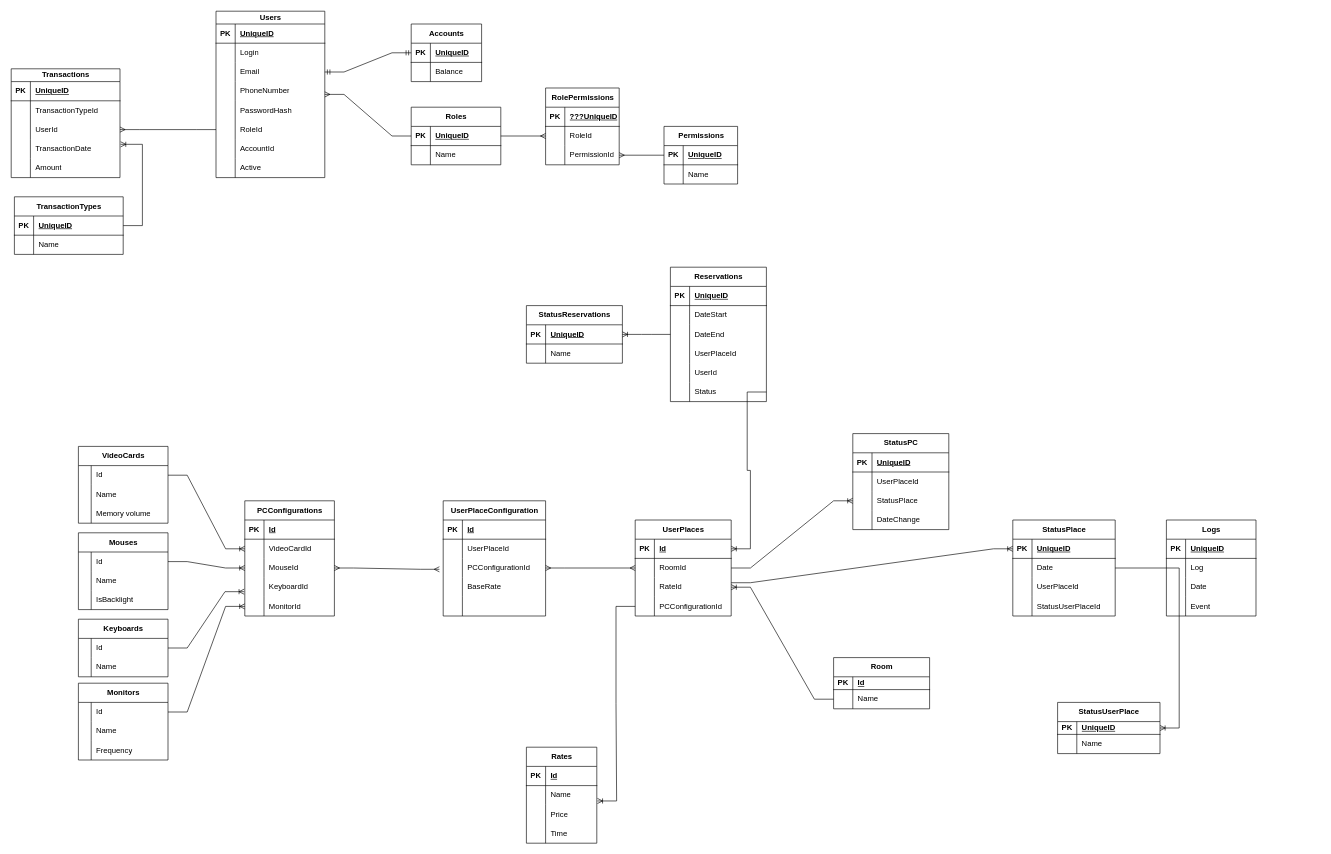
This is ER night-meerkats.drawio from IIeasyII/night-meerkats, a draw.io file, before an edit. Source tidied: cells renumbered, new cells numbered last; positions are measured from the earlier drawing's top-left corner, leaving out a move shared by most shapes. Both pictures are drawn from the tidied source at 64%, with x=0, y=0 at pixel (11, 11).
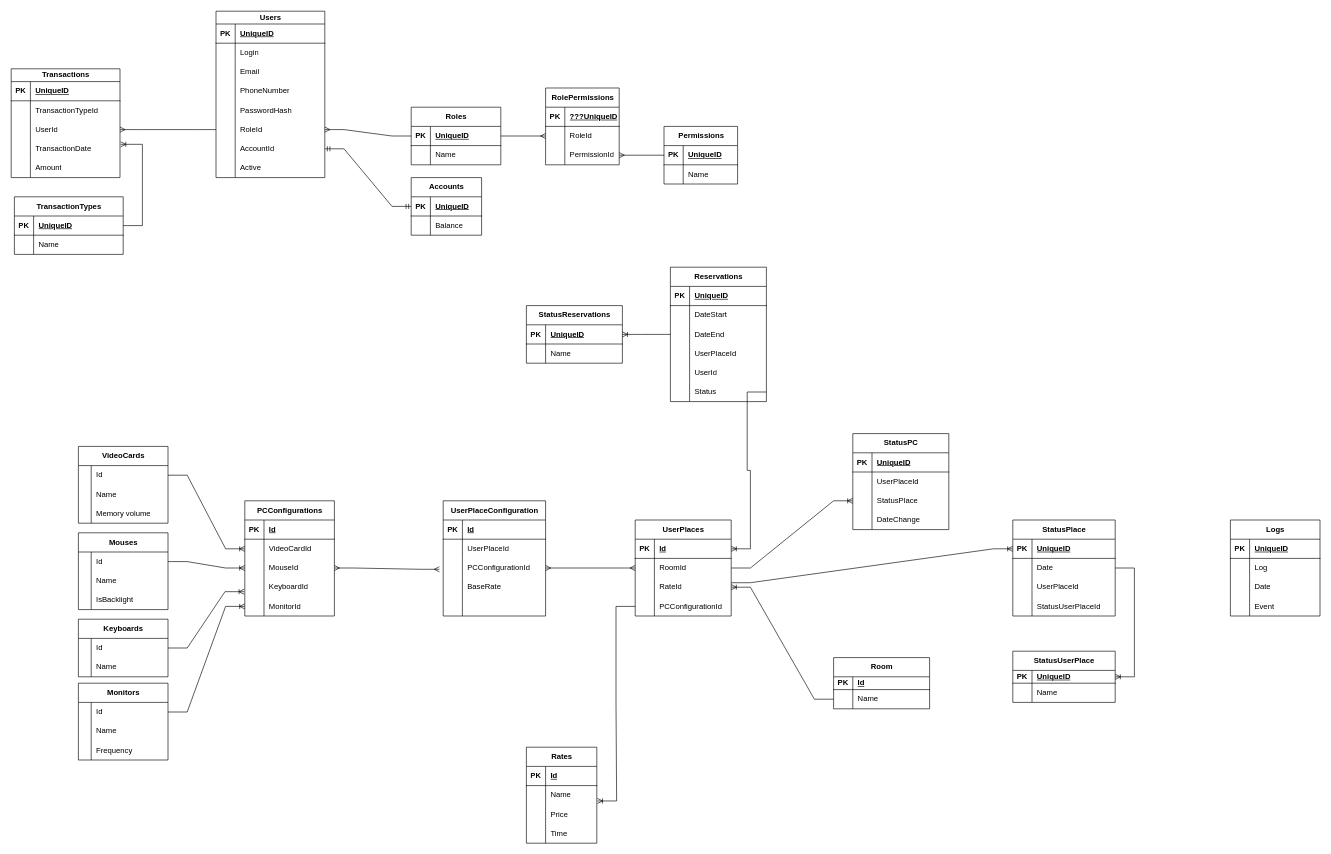
After the change.

Unchanged cells that the change refers to:
```xml
<mxCell id="2" value="Roles" style="shape=table;startSize=30;childLayout=tableLayout;rowLines=0;fontStyle=1;align=center;html=1;" parent="1" vertex="1">
  <mxGeometry x="625" y="150" width="140" height="90" as="geometry" />
</mxCell>
<mxCell id="23" value="Users" style="shape=table;startSize=20;childLayout=tableLayout;rowLines=0;fontStyle=1;align=center;html=1;" parent="1" vertex="1">
  <mxGeometry x="320" width="170" height="260" as="geometry" />
</mxCell>
<mxCell id="30" style="shape=tableRow;horizontal=0;startSize=0;swimlaneHead=0;swimlaneBody=0;fillColor=none;points=[[0,0.5],[1,0.5]];portConstraint=eastwest;top=0;left=0;right=0;bottom=0;" parent="23" vertex="1">
  <mxGeometry y="80" width="170" height="30" as="geometry" />
</mxCell>
<mxCell id="39" style="shape=tableRow;horizontal=0;startSize=0;swimlaneHead=0;swimlaneBody=0;fillColor=none;points=[[0,0.5],[1,0.5]];portConstraint=eastwest;top=0;left=0;right=0;bottom=0;" parent="23" vertex="1">
  <mxGeometry y="170" width="170" height="30" as="geometry" />
</mxCell>
<mxCell id="42" style="shape=tableRow;horizontal=0;startSize=0;swimlaneHead=0;swimlaneBody=0;fillColor=none;points=[[0,0.5],[1,0.5]];portConstraint=eastwest;top=0;left=0;right=0;bottom=0;" parent="23" vertex="1">
  <mxGeometry y="200" width="170" height="30" as="geometry" />
</mxCell>
```

What changed in the source:
```diff
@@
     <mxCell id="16" value="Accounts" style="shape=table;startSize=30;childLayout=tableLayout;rowLines=0;fontStyle=1;align=center;html=1;" parent="1" vertex="1">
-      <mxGeometry x="625" y="20" width="110" height="90" as="geometry" />
+      <mxGeometry x="625" y="260" width="110" height="90" as="geometry" />
     </mxCell>
@@
     <mxCell id="110" value="Logs" style="shape=table;startSize=30;childLayout=tableLayout;rowLines=0;fontStyle=1;align=center;html=1;" parent="1" vertex="1">
-      <mxGeometry x="1805" y="795" width="140" height="150" as="geometry" />
+      <mxGeometry x="1905" y="795" width="140" height="150" as="geometry" />
     </mxCell>
@@
     <mxCell id="123" value="StatusUserPlace" style="shape=table;startSize=30;childLayout=tableLayout;rowLines=0;fontStyle=1;align=center;html=1;" parent="1" vertex="1">
-      <mxGeometry x="1635" y="1080" width="160" height="80" as="geometry" />
+      <mxGeometry x="1565" y="1000" width="160" height="80" as="geometry" />
     </mxCell>
@@
-    <mxCell id="176" style="edgeStyle=entityRelationEdgeStyle;fontSize=12;html=1;endArrow=ERmany;startArrow=none;rounded=0;endFill=0;startFill=0;" parent="1" edge="1" source="2" target="23">
+    <mxCell id="176" style="edgeStyle=entityRelationEdgeStyle;fontSize=12;html=1;endArrow=ERmany;startArrow=none;rounded=0;endFill=0;startFill=0;entryX=1;entryY=0.5;entryDx=0;entryDy=0;" parent="1" edge="1" source="2" target="39">
       <mxGeometry relative="1" as="geometry">
         <Array as="points">
           <mxPoint x="265" y="770" />
         </Array>
       </mxGeometry>
     </mxCell>
-    <mxCell id="177" style="edgeStyle=entityRelationEdgeStyle;fontSize=12;html=1;endArrow=ERmandOne;startArrow=ERmandOne;rounded=0;exitX=1;exitY=0.5;exitDx=0;exitDy=0;" parent="1" edge="1" source="30" target="16">
+    <mxCell id="177" style="edgeStyle=entityRelationEdgeStyle;fontSize=12;html=1;endArrow=ERmandOne;startArrow=ERmandOne;rounded=0;exitX=1;exitY=0.5;exitDx=0;exitDy=0;" parent="1" edge="1" source="42" target="16">
       <mxGeometry relative="1" as="geometry" />
     </mxCell>
```
